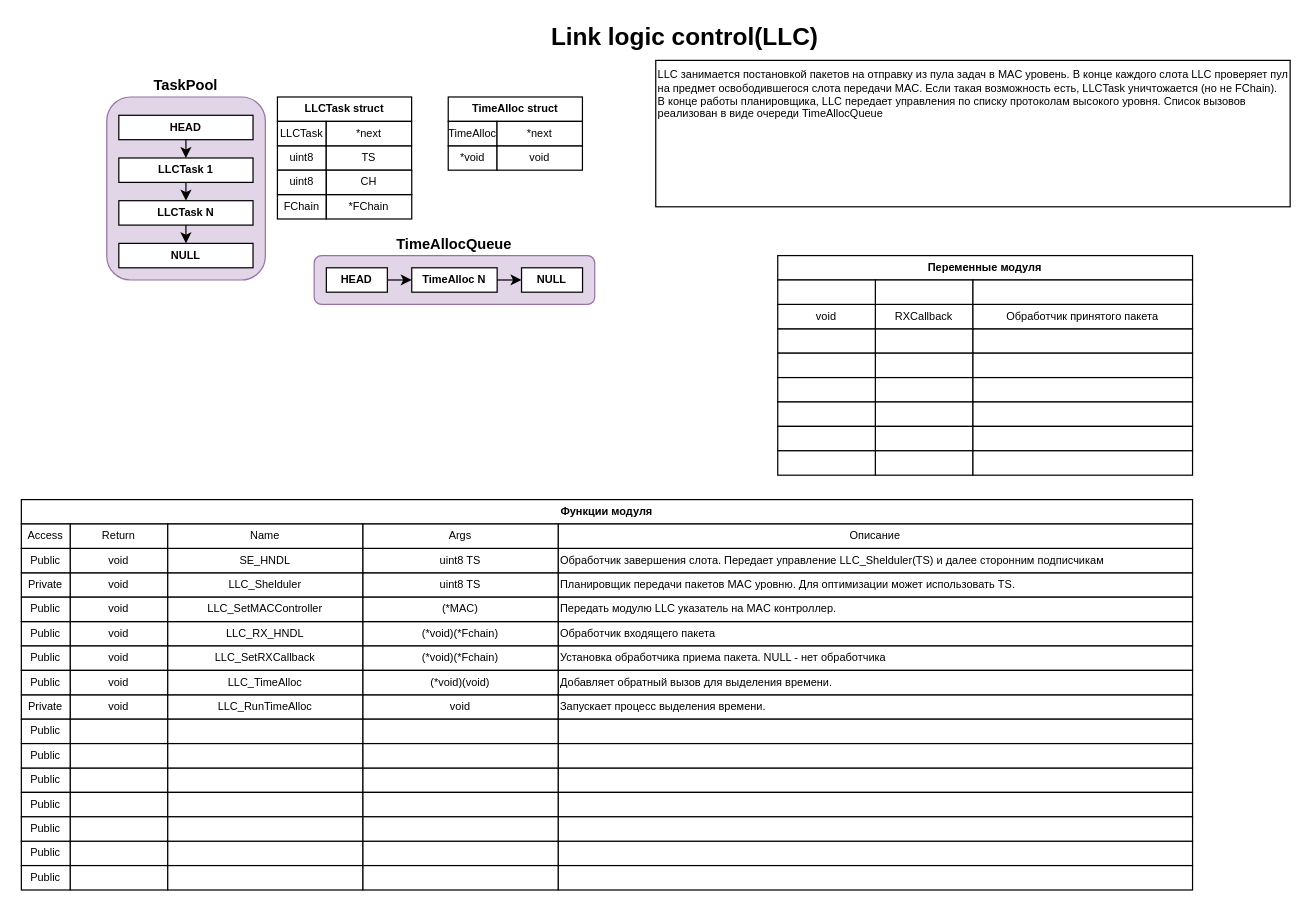
Before: page "LLC" (5 of 11) of documentation/programm modules/modulse struct.drawio in saurex83/WMNU, a draw.io diagram. Source tidied: cells renumbered, new cells numbered last; positions are measured from the earlier drawing's top-left corner, leaving out a move shared by most shapes. Both pictures are drawn from the tidied source at 122%, with x=0, y=0 at pixel (21, 23).
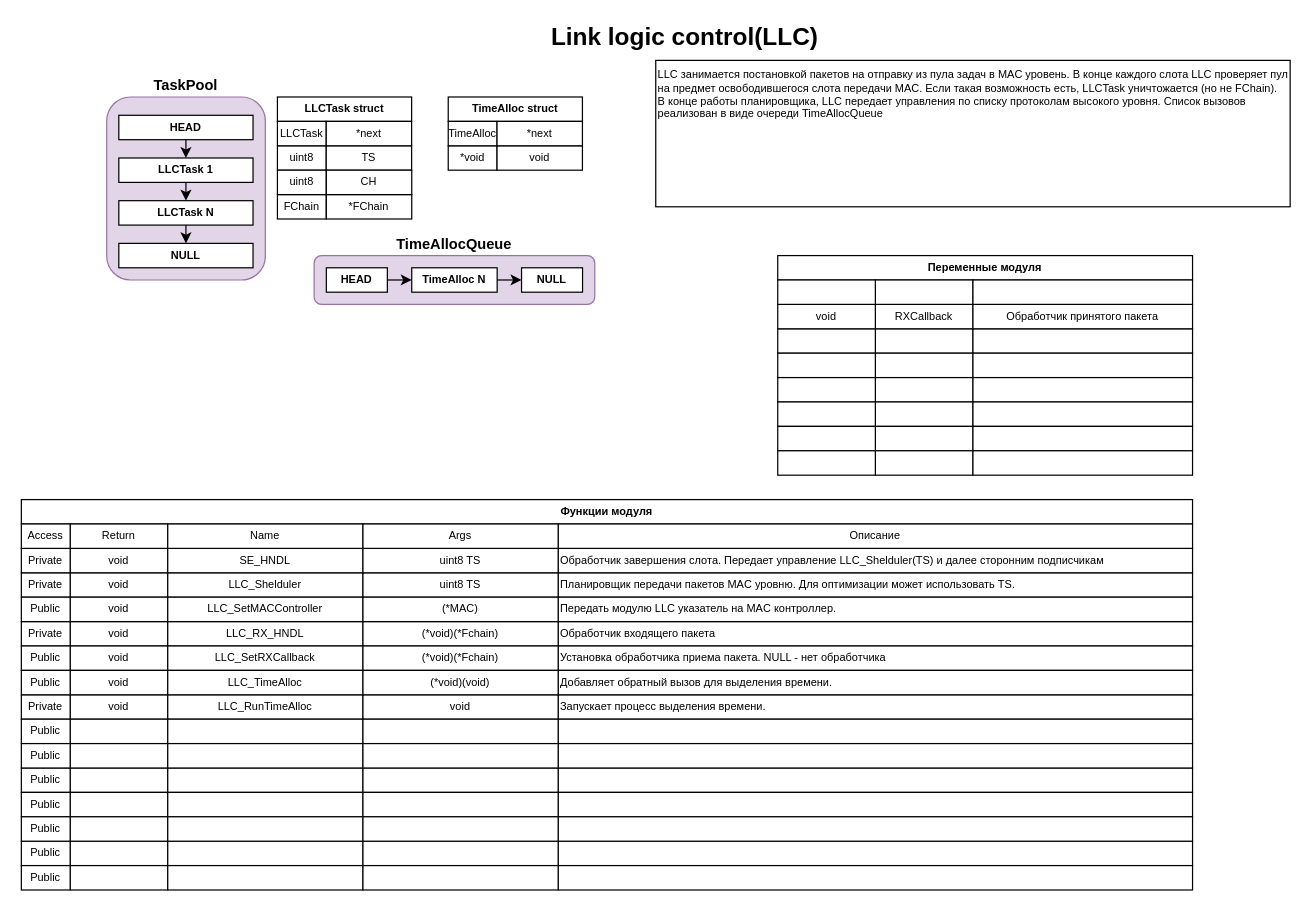
The same diagram, later.

The change refers to these unchanged cells:
```xml
<mxCell id="11" style="group;" parent="1" vertex="1">
  <mxGeometry y="490" width="960" height="20" as="geometry" />
</mxCell>
<mxCell id="23" style="group;" parent="1" vertex="1">
  <mxGeometry y="430" width="960" height="20" as="geometry" />
</mxCell>
```

Diff of the diagram source:
```diff
@@
-    <mxCell id="16" value="Public" style="rounded=0;whiteSpace=wrap;html=1;fontSize=9;" parent="11" vertex="1">
+    <mxCell id="16" value="Private" style="rounded=0;whiteSpace=wrap;html=1;fontSize=9;" parent="11" vertex="1">
       <mxGeometry width="40" height="20" as="geometry" />
     </mxCell>
@@
-    <mxCell id="28" value="Public" style="rounded=0;whiteSpace=wrap;html=1;fontSize=9;" parent="23" vertex="1">
+    <mxCell id="28" value="Private" style="rounded=0;whiteSpace=wrap;html=1;fontSize=9;" parent="23" vertex="1">
       <mxGeometry width="40" height="20" as="geometry" />
     </mxCell>
```
